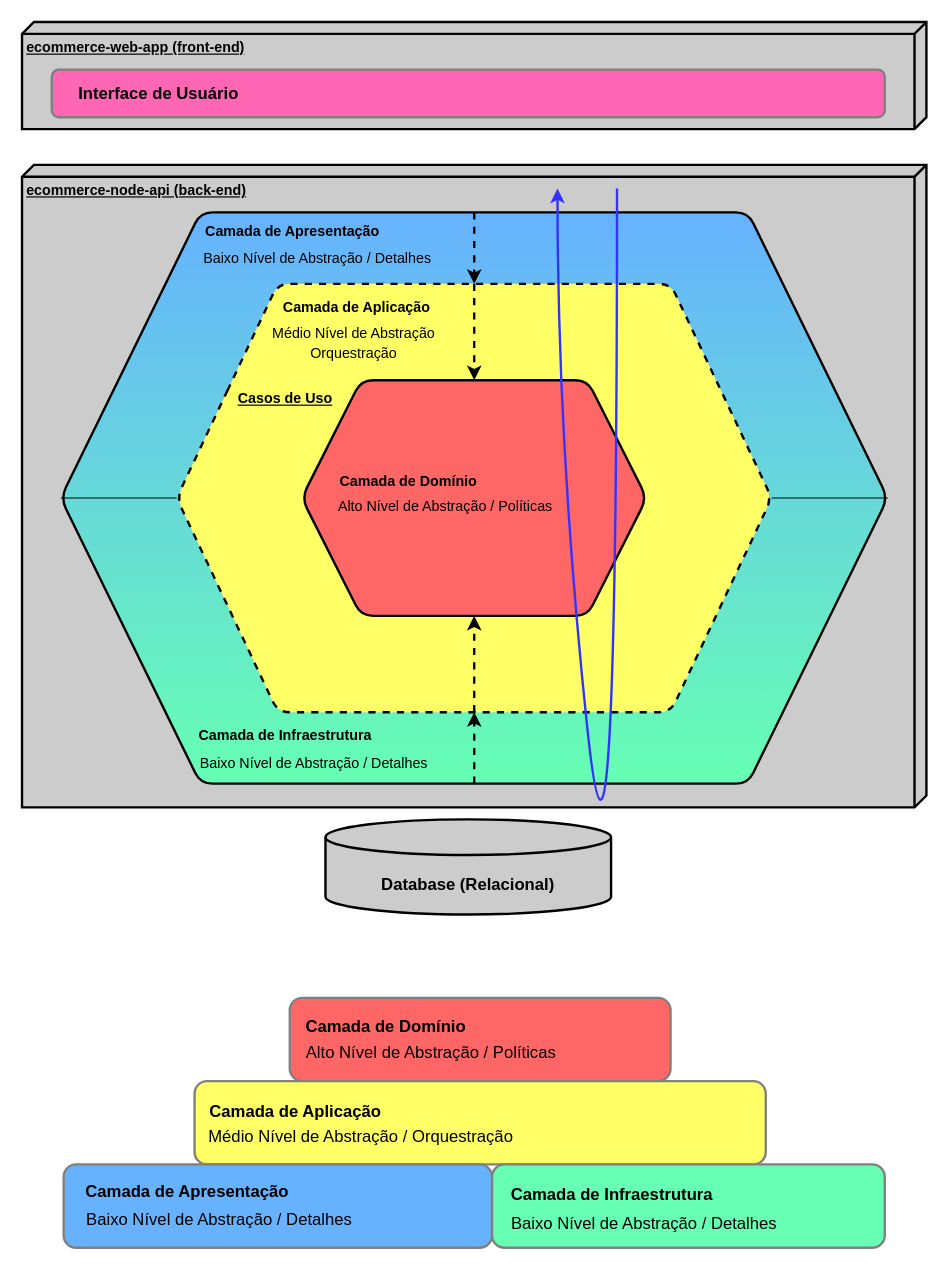
Before: page "Arquitetura Hexagonal" (2 of 2) of requirements/ecommerce-arquitetura.drawio in diegoarmandoo/ecommerce-node-api, a draw.io diagram. Source tidied: cells renumbered, new cells numbered last; positions are measured from the earlier drawing's top-left corner, leaving out a move shared by most shapes. Both pictures are drawn from the tidied source at 119%, with x=0, y=0 at pixel (21, 21).
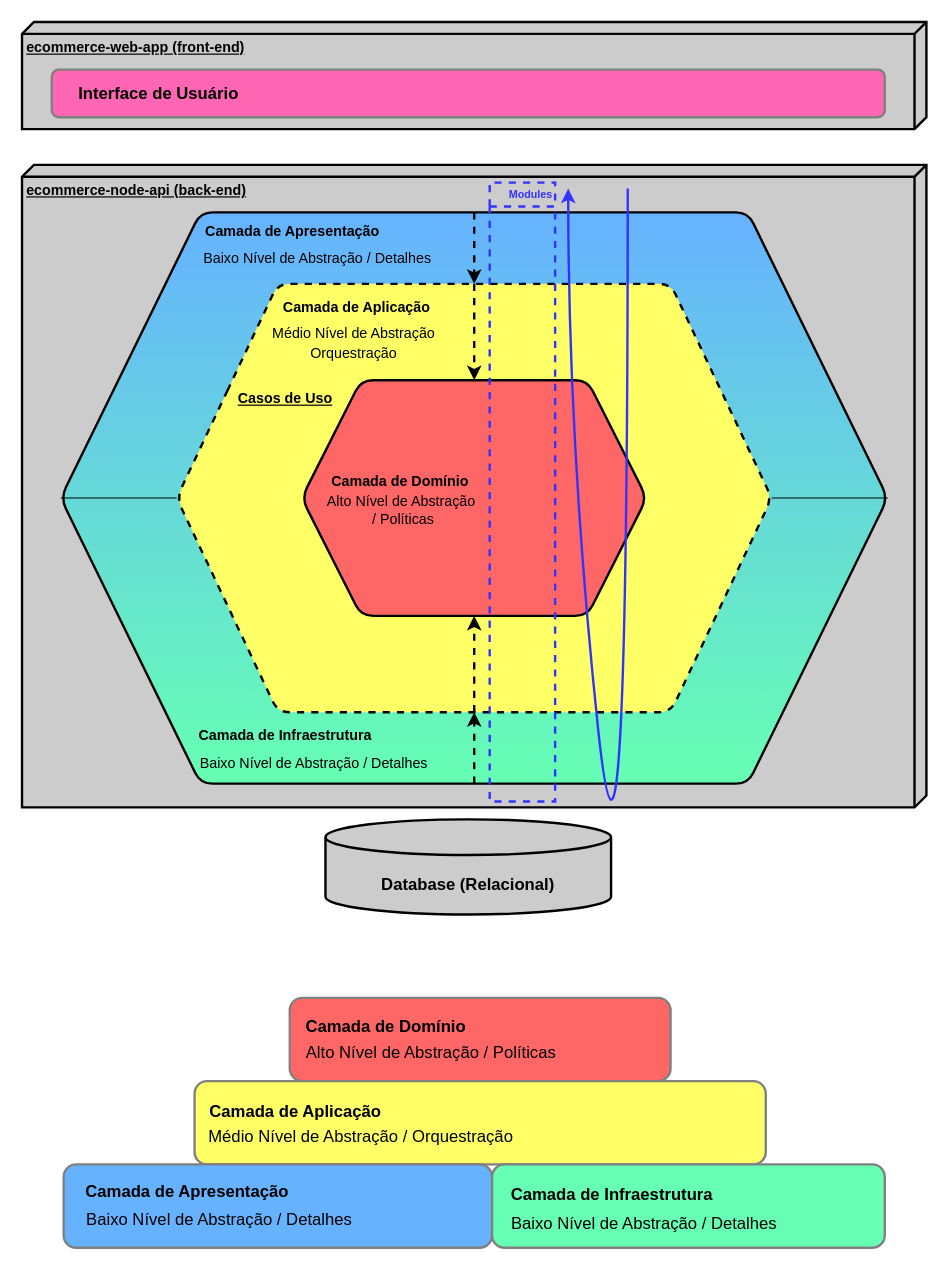
After the change.

The edit, as a diff of the source:
```diff
@@
     <mxCell id="13" value="&lt;font style=&quot;font-size: 12px;&quot;&gt;Camada de Domínio&lt;/font&gt;" style="text;html=1;strokeColor=none;fillColor=none;align=center;verticalAlign=middle;whiteSpace=wrap;rounded=0;strokeWidth=2;fontSize=14;fontColor=#000000;fontStyle=1;" parent="1" vertex="1">
-      <mxGeometry x="250" y="370" width="150" height="30" as="geometry" />
+      <mxGeometry x="243" y="370" width="150" height="30" as="geometry" />
     </mxCell>
-    <mxCell id="14" value="Alto Nível de Abstração / Políticas" style="text;html=1;strokeColor=none;fillColor=none;align=center;verticalAlign=middle;whiteSpace=wrap;rounded=0;strokeWidth=2;fontSize=12;fontColor=#000000;" parent="1" vertex="1">
-      <mxGeometry x="252" y="392" width="208" height="30" as="geometry" />
+    <mxCell id="14" value="Alto Nível de Abstração&lt;br&gt;&amp;nbsp;/ Políticas" style="text;html=1;strokeColor=none;fillColor=none;align=center;verticalAlign=middle;whiteSpace=wrap;rounded=0;strokeWidth=2;fontSize=12;fontColor=#000000;" parent="1" vertex="1">
+      <mxGeometry x="250" y="395" width="138" height="30" as="geometry" />
     </mxCell>
@@
     <mxCell id="26" style="curved=1;endArrow=classic;html=1;strokeColor=#3333FF;strokeWidth=2;fontSize=14;fontColor=#000000;" parent="1" edge="1">
       <mxGeometry relative="1" as="geometry">
-        <mxPoint x="500" y="140" as="sourcePoint" />
-        <mxPoint x="450" y="140" as="targetPoint" />
+        <mxPoint x="509" y="140" as="sourcePoint" />
+        <mxPoint x="459" y="140" as="targetPoint" />
         <Array as="points">
-          <mxPoint x="500" y="830" />
-          <mxPoint x="450" y="356" />
+          <mxPoint x="509" y="830" />
+          <mxPoint x="459" y="356" />
         </Array>
       </mxGeometry>
     </mxCell>
@@
+    <mxCell id="41" value="&lt;font style=&quot;font-size: 9px;&quot;&gt;Modules&lt;/font&gt;" style="swimlane;whiteSpace=wrap;html=1;startSize=20;fillColor=none;fontColor=#3333FF;strokeColor=#3333FF;dashed=1;strokeWidth=2;align=right;fontSize=9;" parent="1" vertex="1">
+      <mxGeometry x="393" y="135" width="55" height="520" as="geometry" />
+    </mxCell>
```
